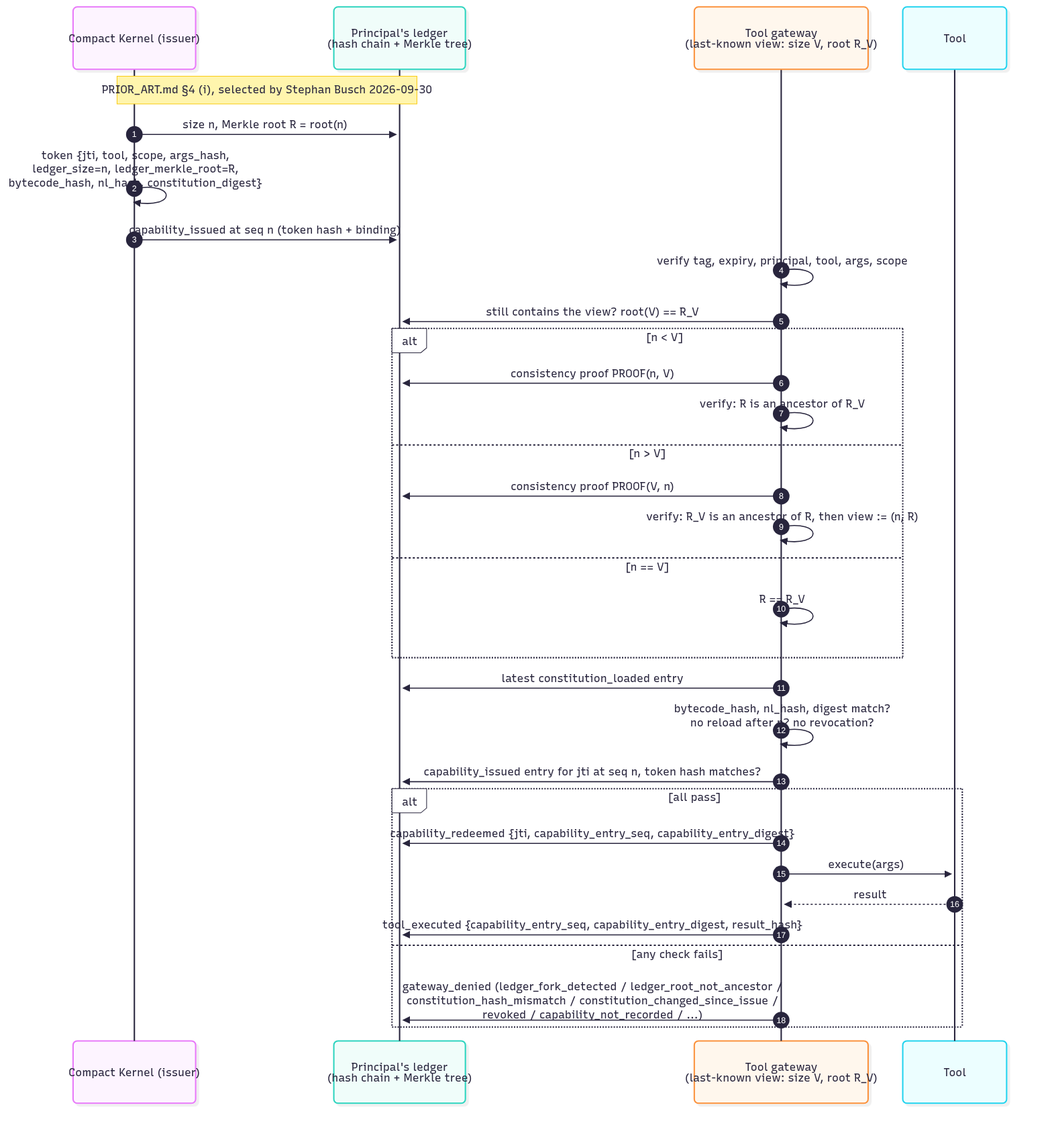
Above: docs/figures/ledger_root_token.png in Insomniac-VibeLabs/two-key (Mermaid), before the change. Its source is kept beside it as docs/figures/ledger_root_token.mmd. Its diagram source:
```mermaid
sequenceDiagram
  autonumber
  participant K as Compact Kernel (issuer)
  participant L as Principal's ledger<br/>(hash chain + Merkle tree)
  participant G as Tool gateway<br/>(last-known view: size V, root R_V)
  participant T as Tool
  Note over K,L: PRIOR_ART.md §4 (i), selected by Stephan Busch 2026-09-30
  K->>L: size n, Merkle root R = root(n)
  K->>K: token {jti, tool, scope, args_hash,<br/>ledger_size=n, ledger_merkle_root=R,<br/>bytecode_hash, nl_hash, constitution_digest}
  K->>L: capability_issued at seq n (token hash + binding)
  G->>G: verify tag, expiry, principal, tool, args, scope
  G->>L: still contains the view? root(V) == R_V
  alt n < V
    G->>L: consistency proof PROOF(n, V)
    G->>G: verify: R is an ancestor of R_V
  else n > V
    G->>L: consistency proof PROOF(V, n)
    G->>G: verify: R_V is an ancestor of R, then view := (n, R)
  else n == V
    G->>G: R == R_V
  end
  G->>L: latest constitution_loaded entry
  G->>G: bytecode_hash, nl_hash, digest match?<br/>no reload after n? no revocation?
  G->>L: capability_issued entry for jti at seq n, token hash matches?
  alt all pass
    G->>L: capability_redeemed {jti, capability_entry_seq, capability_entry_digest}
    G->>T: execute(args)
    T-->>G: result
    G->>L: tool_executed {capability_entry_seq, capability_entry_digest, result_hash}
  else any check fails
    G->>L: gateway_denied (ledger_fork_detected / ledger_root_not_ancestor /<br/>constitution_hash_mismatch / constitution_changed_since_issue /<br/>revoked / capability_not_recorded / ...)
  end
```
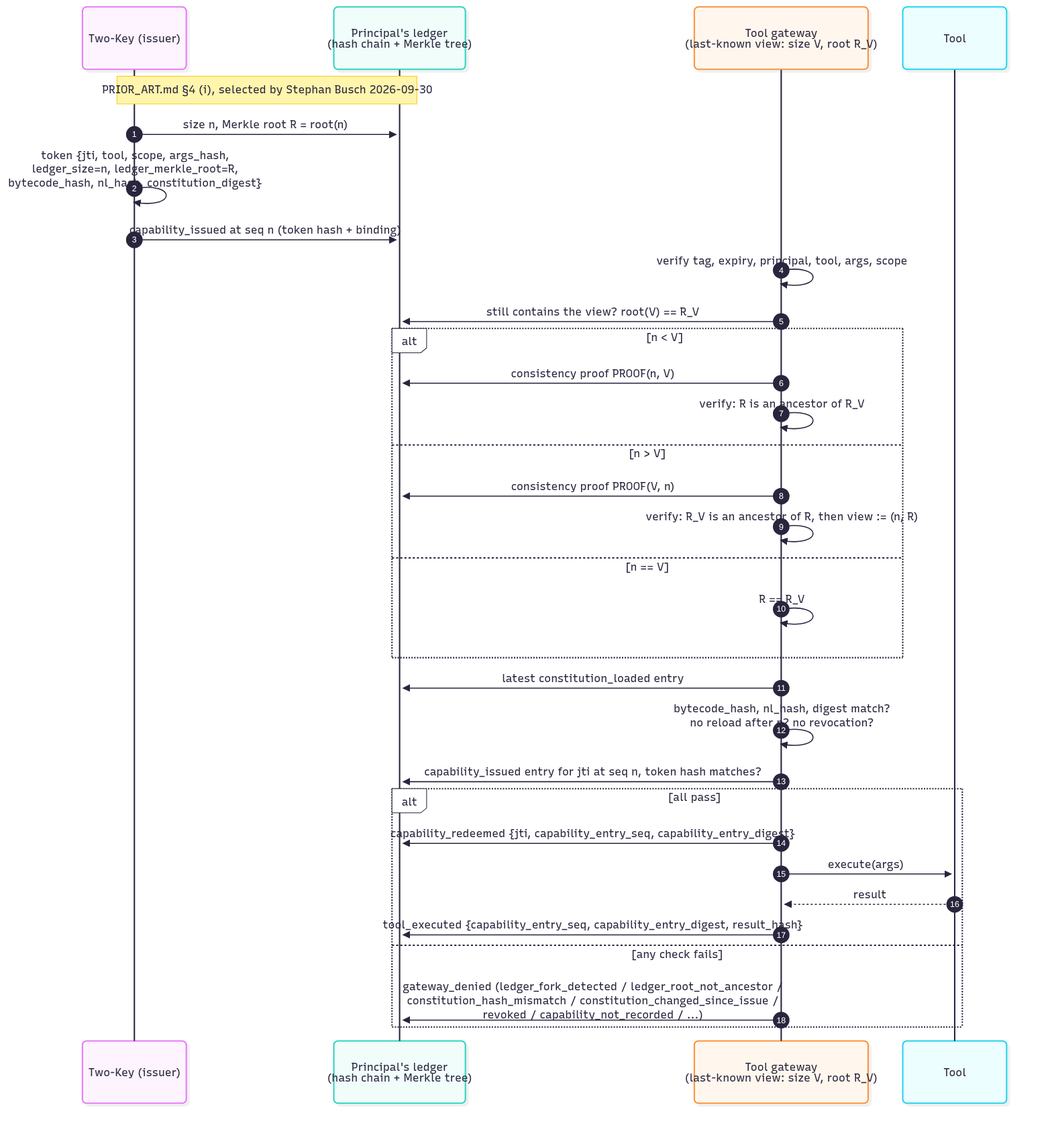
Above is the later version.

What changed in the source:
```diff
@@ -1,6 +1,6 @@
 sequenceDiagram
   autonumber
-  participant K as Compact Kernel (issuer)
+  participant K as Two-Key (issuer)
   participant L as Principal's ledger<br/>(hash chain + Merkle tree)
   participant G as Tool gateway<br/>(last-known view: size V, root R_V)
   participant T as Tool
```
